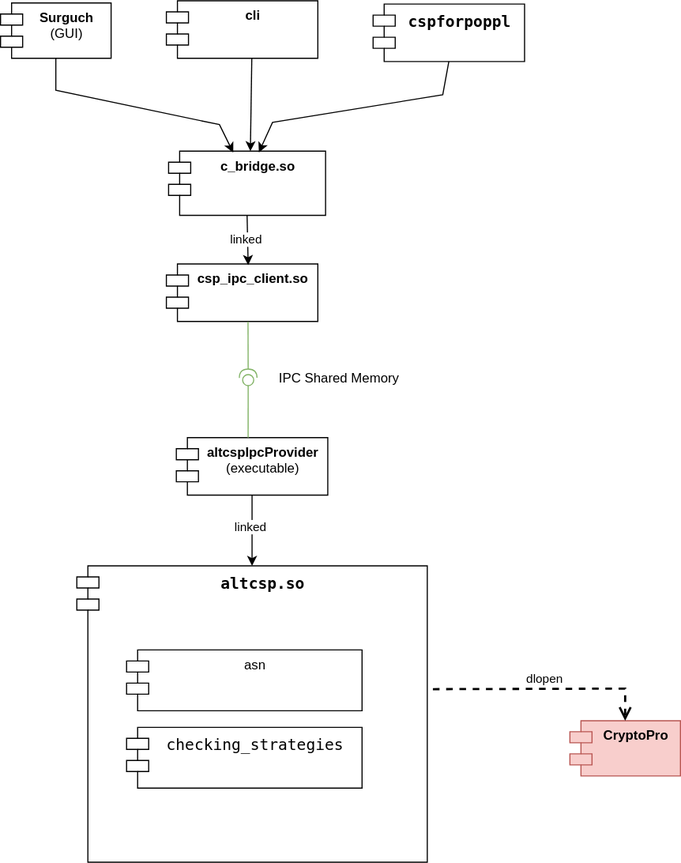
This is docs/components.drawio.svg from 3036662/pdf_scp, a draw.io export, as it was before one commit. Source tidied: cells renumbered, new cells last; positions are measured from the earlier drawing's top-left corner, leaving out a move shared by most shapes. The source it was exported from:
```xml
<mxGraphModel>
  <root>
    <mxCell id="0" />
    <mxCell id="1" parent="0" />
    <mxCell id="2" value="&lt;b&gt;Surguch&lt;/b&gt;&lt;br&gt;(GUI)" style="shape=module;align=left;spacingLeft=20;align=center;verticalAlign=top;whiteSpace=wrap;html=1;" parent="1" vertex="1">
      <mxGeometry y="2" width="100" height="50" as="geometry" />
    </mxCell>
    <mxCell id="3" value="&lt;b&gt;c_bridge.so&lt;/b&gt;" style="shape=module;align=left;spacingLeft=20;align=center;verticalAlign=top;whiteSpace=wrap;html=1;" parent="1" vertex="1">
      <mxGeometry x="152" y="136" width="142" height="58" as="geometry" />
    </mxCell>
    <mxCell id="4" value="&lt;b&gt;csp_ipc_client.so&lt;/b&gt;" style="shape=module;align=left;spacingLeft=20;align=center;verticalAlign=top;whiteSpace=wrap;html=1;" parent="1" vertex="1">
      <mxGeometry x="150" y="238" width="137" height="52" as="geometry" />
    </mxCell>
    <mxCell id="5" value="&lt;b&gt;cli&lt;/b&gt;" style="shape=module;align=left;spacingLeft=20;align=center;verticalAlign=top;whiteSpace=wrap;html=1;" parent="1" vertex="1">
      <mxGeometry x="150" width="137" height="52" as="geometry" />
    </mxCell>
    <mxCell id="6" style="group;" parent="1" vertex="1">
      <mxGeometry x="69" y="511" width="546" height="268" as="geometry" />
    </mxCell>
    <mxCell id="7" value="&lt;b&gt;CryptoPro&lt;/b&gt;" style="shape=module;align=left;spacingLeft=20;align=center;verticalAlign=top;whiteSpace=wrap;html=1;fillColor=#f8cecc;strokeColor=#b85450;" parent="6" vertex="1">
      <mxGeometry x="446" y="140" width="100" height="50" as="geometry" />
    </mxCell>
    <mxCell id="8" style="group;" parent="6" vertex="1">
      <mxGeometry width="317" height="268" as="geometry" />
    </mxCell>
    <mxCell id="9" value="&lt;div style=&quot;color: rgb(0, 0, 0); background-color: rgb(255, 255, 255); font-family: &amp;quot;Droid Sans Mono&amp;quot;, &amp;quot;monospace&amp;quot;, monospace; font-weight: normal; font-size: 14px; line-height: 19px; white-space: pre;&quot;&gt;&lt;div&gt;&lt;b&gt;&lt;span style=&quot;color: rgb(0, 0, 0);&quot;&gt;altcsp.so&lt;/span&gt;&lt;/b&gt;&lt;/div&gt;&lt;/div&gt;" style="shape=module;align=left;spacingLeft=20;align=center;verticalAlign=top;whiteSpace=wrap;html=1;" parent="8" vertex="1">
      <mxGeometry width="317" height="268" as="geometry" />
    </mxCell>
    <mxCell id="10" value="asn" style="shape=module;align=left;spacingLeft=20;align=center;verticalAlign=top;whiteSpace=wrap;html=1;" parent="8" vertex="1">
      <mxGeometry x="45" y="76" width="213" height="55" as="geometry" />
    </mxCell>
    <mxCell id="11" value="&lt;div style=&quot;color: #000000;background-color: #ffffff;font-family: 'Droid Sans Mono', 'monospace', monospace;font-weight: normal;font-size: 14px;line-height: 19px;white-space: pre;&quot;&gt;&lt;div&gt;&lt;span style=&quot;color: #000000;&quot;&gt;checking_strategies&lt;/span&gt;&lt;/div&gt;&lt;/div&gt;" style="shape=module;align=left;spacingLeft=20;align=center;verticalAlign=top;whiteSpace=wrap;html=1;" parent="8" vertex="1">
      <mxGeometry x="45" y="146" width="213" height="55" as="geometry" />
    </mxCell>
    <mxCell id="12" value="dlopen" style="html=1;verticalAlign=bottom;endArrow=open;dashed=1;endSize=8;curved=0;rounded=0;entryX=0.5;entryY=0;entryDx=0;entryDy=0;exitX=1.016;exitY=0.416;exitDx=0;exitDy=0;exitPerimeter=0;strokeWidth=2;" parent="6" edge="1" source="9" target="7">
      <mxGeometry relative="1" as="geometry">
        <Array as="points">
          <mxPoint x="496" y="111" />
        </Array>
      </mxGeometry>
    </mxCell>
    <mxCell id="13" value="&lt;div style=&quot;color: #000000;background-color: #ffffff;font-family: 'Droid Sans Mono', 'monospace', monospace;font-weight: normal;font-size: 14px;line-height: 19px;white-space: pre;&quot;&gt;&lt;div&gt;&lt;span style=&quot;color: #000000;&quot;&gt;&lt;b&gt;cspforpoppl&lt;/b&gt;&lt;/span&gt;&lt;/div&gt;&lt;/div&gt;" style="shape=module;align=left;spacingLeft=20;align=center;verticalAlign=top;whiteSpace=wrap;html=1;" parent="1" vertex="1">
      <mxGeometry x="337" y="3" width="137" height="52" as="geometry" />
    </mxCell>
    <mxCell id="14" value="&lt;b&gt;altcspIpcProvider&lt;br&gt;&lt;/b&gt;(executable)" style="shape=module;align=left;spacingLeft=20;align=center;verticalAlign=top;whiteSpace=wrap;html=1;" parent="1" vertex="1">
      <mxGeometry x="159" y="395" width="137" height="52" as="geometry" />
    </mxCell>
    <mxCell id="15" style="endArrow=classic;html=1;rounded=0;entryX=0.5;entryY=0;entryDx=0;entryDy=0;exitX=0.5;exitY=1;exitDx=0;exitDy=0;" parent="1" edge="1" source="14" target="9">
      <mxGeometry relative="1" as="geometry" />
    </mxCell>
    <mxCell id="16" value="linked" style="edgeLabel;html=1;align=center;verticalAlign=middle;" parent="15" vertex="1">
      <mxGeometry x="-0.12" y="-2" relative="1" as="geometry" />
    </mxCell>
    <mxCell id="17" style="endArrow=classic;html=1;rounded=0;exitX=0.5;exitY=1;exitDx=0;exitDy=0;entryX=0.54;entryY=0.019;entryDx=0;entryDy=0;entryPerimeter=0;" parent="1" edge="1" source="3" target="4">
      <mxGeometry relative="1" as="geometry" />
    </mxCell>
    <mxCell id="18" value="linked" style="edgeLabel;html=1;align=center;verticalAlign=middle;" parent="17" vertex="1">
      <mxGeometry x="-0.05" y="-2" relative="1" as="geometry" />
    </mxCell>
    <mxCell id="19" style="rounded=0;jettySize=auto;html=1;endArrow=halfCircle;endFill=0;endSize=6;strokeWidth=1;sketch=0;exitX=0.539;exitY=1.003;exitDx=0;exitDy=0;exitPerimeter=0;fillColor=#d5e8d4;strokeColor=#82b366;" parent="1" edge="1" source="4">
      <mxGeometry relative="1" as="geometry">
        <mxPoint x="224" y="341" as="targetPoint" />
      </mxGeometry>
    </mxCell>
    <mxCell id="20" style="rounded=0;jettySize=auto;html=1;endArrow=oval;endFill=0;sketch=0;sourcePerimeterSpacing=0;targetPerimeterSpacing=0;endSize=10;exitX=0.474;exitY=0;exitDx=0;exitDy=0;exitPerimeter=0;fillColor=#d5e8d4;strokeColor=#82b366;" parent="1" edge="1" source="14">
      <mxGeometry relative="1" as="geometry">
        <mxPoint x="224" y="343" as="targetPoint" />
      </mxGeometry>
    </mxCell>
    <mxCell id="21" style="ellipse;whiteSpace=wrap;html=1;align=center;fillColor=none;strokeColor=none;perimeter=centerPerimeter;" parent="1" vertex="1">
      <mxGeometry x="181" y="344.7" width="10" height="10" as="geometry" />
    </mxCell>
    <mxCell id="22" value="IPC Shared Memory" style="text;html=1;align=center;verticalAlign=middle;strokeColor=none;fillColor=none;" parent="1" vertex="1">
      <mxGeometry x="239" y="328.7" width="133" height="26" as="geometry" />
    </mxCell>
    <mxCell id="23" style="endArrow=classic;html=1;rounded=0;exitX=0.5;exitY=1;exitDx=0;exitDy=0;entryX=0.412;entryY=0.022;entryDx=0;entryDy=0;entryPerimeter=0;" parent="1" edge="1" source="2" target="3">
      <mxGeometry relative="1" as="geometry">
        <Array as="points">
          <mxPoint x="50" y="81" />
          <mxPoint x="198" y="112" />
        </Array>
      </mxGeometry>
    </mxCell>
    <mxCell id="24" style="endArrow=classic;html=1;rounded=0;entryX=0.521;entryY=0;entryDx=0;entryDy=0;entryPerimeter=0;exitX=0.564;exitY=0.99;exitDx=0;exitDy=0;exitPerimeter=0;" parent="1" edge="1" source="5" target="3">
      <mxGeometry relative="1" as="geometry" />
    </mxCell>
    <mxCell id="25" style="endArrow=classic;html=1;rounded=0;exitX=0.5;exitY=1;exitDx=0;exitDy=0;entryX=0.575;entryY=0.02;entryDx=0;entryDy=0;entryPerimeter=0;" parent="1" edge="1" source="13" target="3">
      <mxGeometry relative="1" as="geometry">
        <Array as="points">
          <mxPoint x="400" y="85" />
          <mxPoint x="246" y="110" />
        </Array>
      </mxGeometry>
    </mxCell>
  </root>
</mxGraphModel>
```
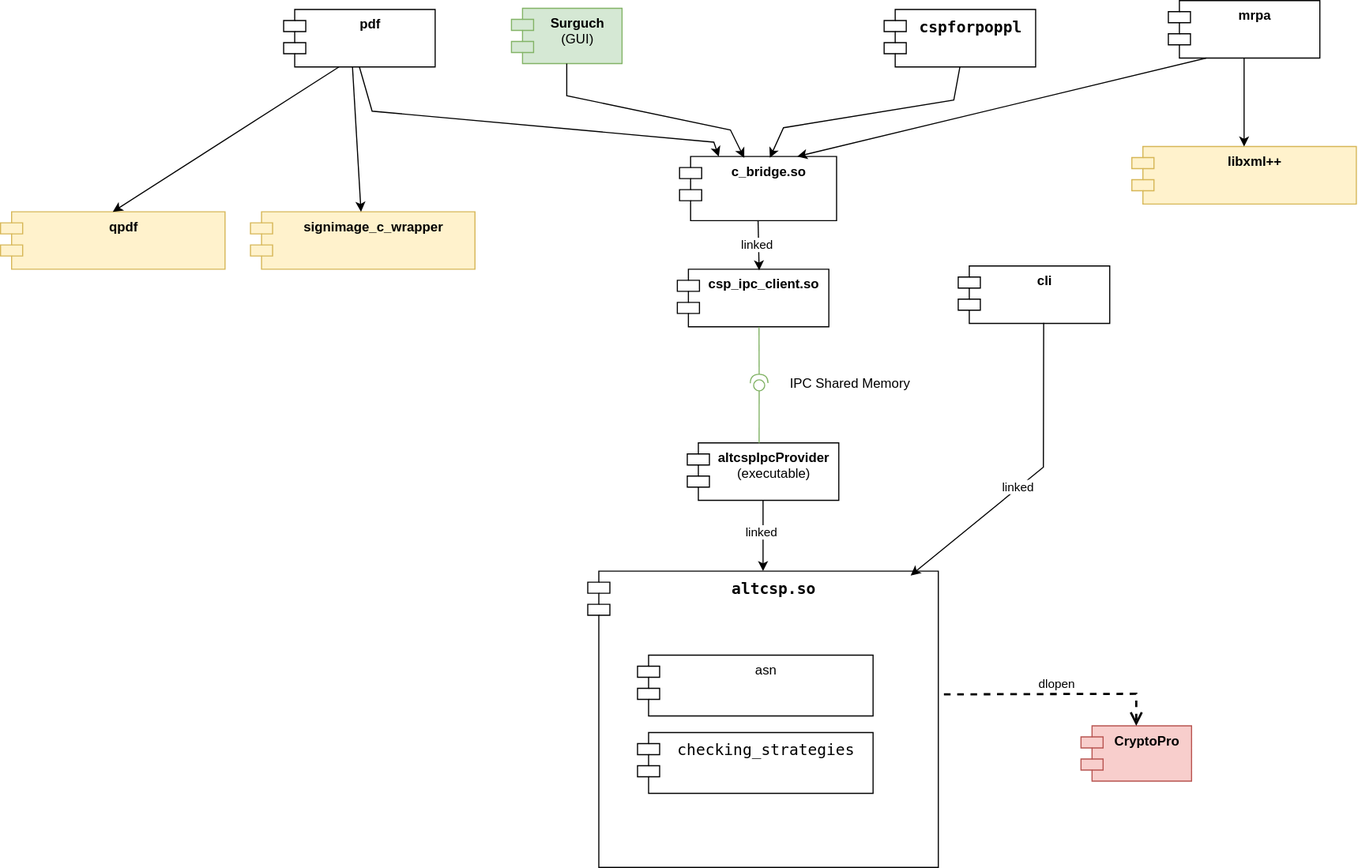
After the commit.

Commit message:
Update the components diagram.

Change to the diagram source:
```diff
@@ -2,7 +2,7 @@
   <root>
     <mxCell id="0" />
     <mxCell id="1" parent="0" />
-    <mxCell id="2" value="&lt;b&gt;Surguch&lt;/b&gt;&lt;br&gt;(GUI)" style="shape=module;align=left;spacingLeft=20;align=center;verticalAlign=top;whiteSpace=wrap;html=1;" parent="1" vertex="1">
+    <mxCell id="2" value="&lt;b&gt;Surguch&lt;/b&gt;&lt;br&gt;(GUI)" style="shape=module;align=left;spacingLeft=20;align=center;verticalAlign=top;whiteSpace=wrap;html=1;fillColor=#d5e8d4;strokeColor=#82b366;" parent="1" vertex="1">
       <mxGeometry y="2" width="100" height="50" as="geometry" />
     </mxCell>
     <mxCell id="3" value="&lt;b&gt;c_bridge.so&lt;/b&gt;" style="shape=module;align=left;spacingLeft=20;align=center;verticalAlign=top;whiteSpace=wrap;html=1;" parent="1" vertex="1">
@@ -12,7 +12,7 @@
       <mxGeometry x="150" y="238" width="137" height="52" as="geometry" />
     </mxCell>
     <mxCell id="5" value="&lt;b&gt;cli&lt;/b&gt;" style="shape=module;align=left;spacingLeft=20;align=center;verticalAlign=top;whiteSpace=wrap;html=1;" parent="1" vertex="1">
-      <mxGeometry x="150" width="137" height="52" as="geometry" />
+      <mxGeometry x="404" y="235" width="137" height="52" as="geometry" />
     </mxCell>
     <mxCell id="6" style="group;" parent="1" vertex="1">
       <mxGeometry x="69" y="511" width="546" height="268" as="geometry" />
@@ -81,9 +81,16 @@
         </Array>
       </mxGeometry>
     </mxCell>
-    <mxCell id="24" style="endArrow=classic;html=1;rounded=0;entryX=0.521;entryY=0;entryDx=0;entryDy=0;entryPerimeter=0;exitX=0.564;exitY=0.99;exitDx=0;exitDy=0;exitPerimeter=0;" parent="1" edge="1" source="5" target="3">
-      <mxGeometry relative="1" as="geometry" />
+    <mxCell id="24" style="endArrow=classic;html=1;rounded=0;entryX=0.921;entryY=0.015;entryDx=0;entryDy=0;exitX=0.564;exitY=0.99;exitDx=0;exitDy=0;exitPerimeter=0;entryPerimeter=0;" parent="1" edge="1" source="5" target="9">
+      <mxGeometry relative="1" as="geometry">
+        <Array as="points">
+          <mxPoint x="481" y="417" />
+        </Array>
+      </mxGeometry>
     </mxCell>
+    <mxCell id="26" value="linked" style="edgeLabel;html=1;align=center;verticalAlign=middle;" parent="24" vertex="1">
+      <mxGeometry x="0.12" y="-2" relative="1" as="geometry" />
+    </mxCell>
     <mxCell id="25" style="endArrow=classic;html=1;rounded=0;exitX=0.5;exitY=1;exitDx=0;exitDy=0;entryX=0.575;entryY=0.02;entryDx=0;entryDy=0;entryPerimeter=0;" parent="1" edge="1" source="13" target="3">
       <mxGeometry relative="1" as="geometry">
         <Array as="points">
@@ -92,5 +99,43 @@
         </Array>
       </mxGeometry>
     </mxCell>
+    <mxCell id="27" value="&lt;b&gt;pdf&lt;/b&gt;" style="shape=module;align=left;spacingLeft=20;align=center;verticalAlign=top;whiteSpace=wrap;html=1;" parent="1" vertex="1">
+      <mxGeometry x="-206" y="3" width="137" height="52" as="geometry" />
+    </mxCell>
+    <mxCell id="28" style="endArrow=classic;html=1;rounded=0;exitX=0.5;exitY=1;exitDx=0;exitDy=0;entryX=0.25;entryY=0;entryDx=0;entryDy=0;" parent="1" edge="1" source="27" target="3">
+      <mxGeometry relative="1" as="geometry">
+        <Array as="points">
+          <mxPoint x="-126" y="95" />
+          <mxPoint x="183" y="123" />
+        </Array>
+      </mxGeometry>
+    </mxCell>
+    <mxCell id="29" value=" &lt;b&gt;signimage_c_wrapper&lt;/b&gt;&lt;div&gt;&lt;br&gt;&lt;/div&gt;" style="shape=module;align=left;spacingLeft=20;align=center;verticalAlign=top;whiteSpace=wrap;html=1;fillColor=#fff2cc;strokeColor=#d6b656;" parent="1" vertex="1">
+      <mxGeometry x="-236" y="186" width="203" height="52" as="geometry" />
+    </mxCell>
+    <mxCell id="30" style="endArrow=classic;html=1;rounded=0;exitX=0.454;exitY=0.989;exitDx=0;exitDy=0;exitPerimeter=0;" parent="1" edge="1" source="27" target="29">
+      <mxGeometry relative="1" as="geometry" />
+    </mxCell>
+    <mxCell id="31" style="edgeStyle=orthogonalEdgeStyle;rounded=0;orthogonalLoop=1;jettySize=auto;html=1;exitX=0.5;exitY=1;exitDx=0;exitDy=0;" parent="1" edge="1" source="29" target="29">
+      <mxGeometry relative="1" as="geometry" />
+    </mxCell>
+    <mxCell id="32" value="&lt;b&gt;qpdf&lt;/b&gt;" style="shape=module;align=left;spacingLeft=20;align=center;verticalAlign=top;whiteSpace=wrap;html=1;fillColor=#fff2cc;strokeColor=#d6b656;" parent="1" vertex="1">
+      <mxGeometry x="-462" y="186" width="203" height="52" as="geometry" />
+    </mxCell>
+    <mxCell id="33" style="endArrow=classic;html=1;rounded=0;exitX=0.365;exitY=1;exitDx=0;exitDy=0;exitPerimeter=0;entryX=0.5;entryY=0;entryDx=0;entryDy=0;" parent="1" edge="1" source="27" target="32">
+      <mxGeometry relative="1" as="geometry" />
+    </mxCell>
+    <mxCell id="34" value="&lt;b&gt;mrpa&lt;/b&gt;" style="shape=module;align=left;spacingLeft=20;align=center;verticalAlign=top;whiteSpace=wrap;html=1;" parent="1" vertex="1">
+      <mxGeometry x="594" y="-5" width="137" height="52" as="geometry" />
+    </mxCell>
+    <mxCell id="35" value="&lt;b&gt;libxml++&lt;/b&gt;" style="shape=module;align=left;spacingLeft=20;align=center;verticalAlign=top;whiteSpace=wrap;html=1;fillColor=#fff2cc;strokeColor=#d6b656;" parent="1" vertex="1">
+      <mxGeometry x="561" y="127" width="203" height="52" as="geometry" />
+    </mxCell>
+    <mxCell id="36" style="endArrow=classic;html=1;rounded=0;exitX=0.5;exitY=1;exitDx=0;exitDy=0;entryX=0.5;entryY=0;entryDx=0;entryDy=0;" parent="1" edge="1" source="34" target="35">
+      <mxGeometry relative="1" as="geometry" />
+    </mxCell>
+    <mxCell id="37" style="endArrow=classic;html=1;rounded=0;exitX=0.25;exitY=1;exitDx=0;exitDy=0;entryX=0.75;entryY=0;entryDx=0;entryDy=0;" parent="1" edge="1" source="34" target="3">
+      <mxGeometry relative="1" as="geometry" />
+    </mxCell>
   </root>
 </mxGraphModel>
```
